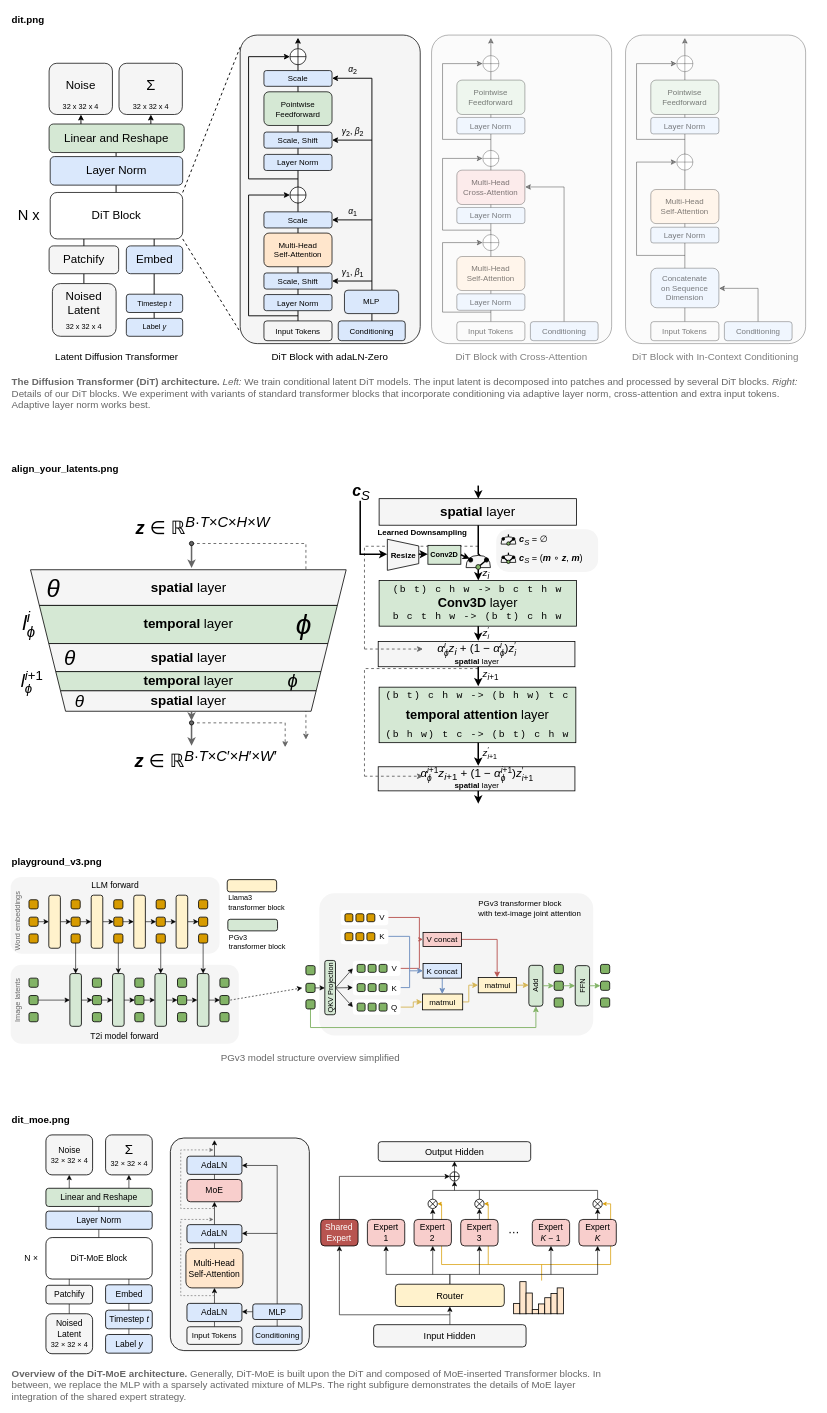
brunomaga/brunomaga.github.io keeps this draw.io diagram as assets/diffusion/diffusion.drawio. Above is the earlier version. Source tidied: cells renumbered, new cells numbered last; positions are measured from the earlier drawing's top-left corner, leaving out a move shared by most shapes. Both pictures are drawn from the tidied source at 61%, with x=0, y=0 at pixel (10, 10).
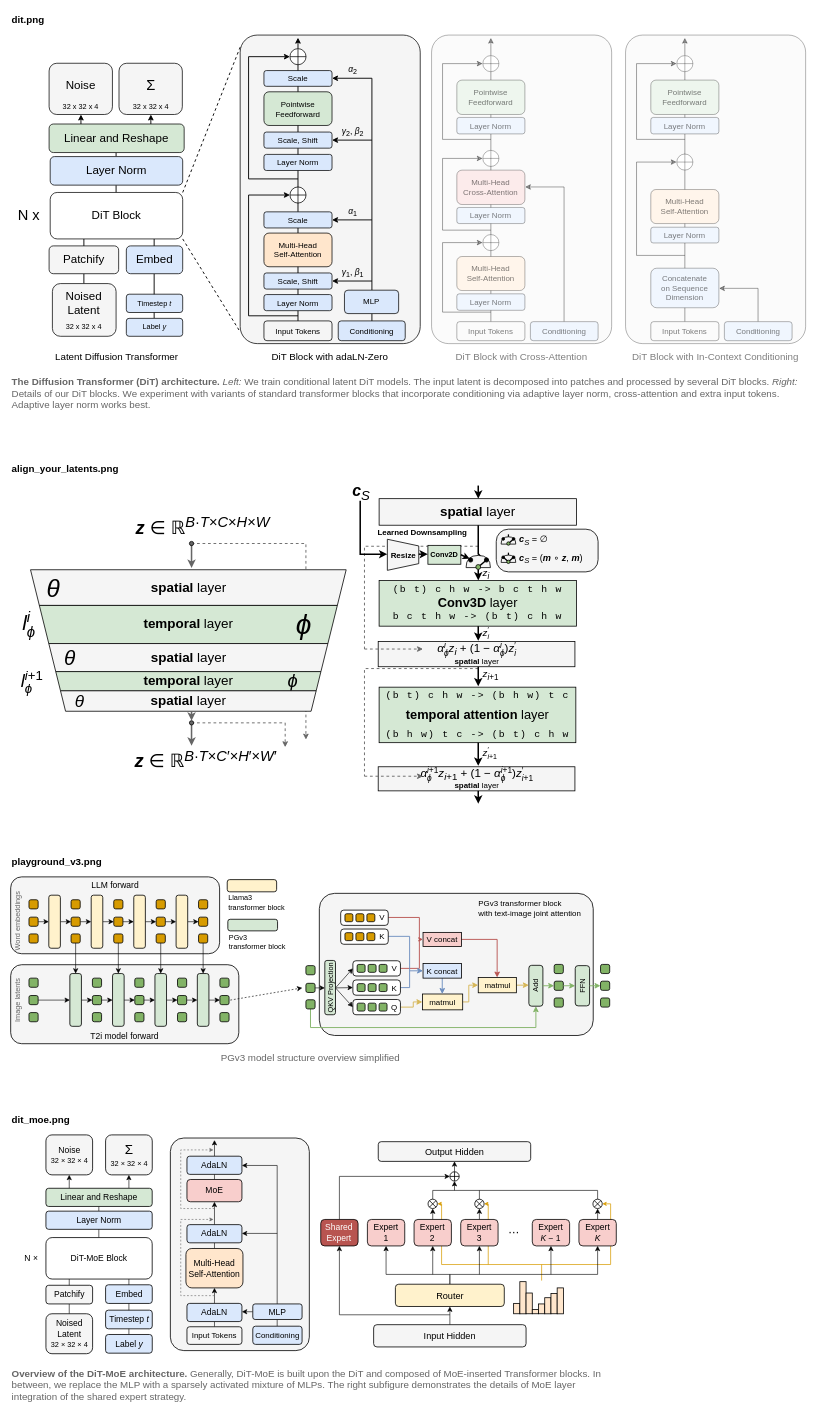
After the change.

The change refers to these unchanged cells:
```xml
<mxCell id="117" style="group;" parent="1" vertex="1">
  <mxGeometry y="775" width="963" height="525" as="geometry" />
</mxCell>
<mxCell id="204" style="group;" parent="1" vertex="1">
  <mxGeometry y="1420" width="983" height="303" as="geometry" />
</mxCell>
```

Diff of the diagram source:
```diff
@@
-    <mxCell id="187" style="rounded=1;whiteSpace=wrap;html=1;fillColor=#f5f5f5;strokeColor=none;fontSize=14;absoluteArcSize=1;arcSize=40;" parent="117" vertex="1">
+    <mxCell id="187" style="rounded=1;whiteSpace=wrap;html=1;fillColor=#f5f5f5;fontSize=14;absoluteArcSize=1;arcSize=40;strokeColor=#000000;strokeWidth=1.29;" parent="117" vertex="1">
       <mxGeometry x="796" y="75" width="167" height="70" as="geometry" />
     </mxCell>
@@
-    <mxCell id="205" style="rounded=1;whiteSpace=wrap;html=1;fillColor=#f5f5f5;strokeColor=none;fontSize=14;absoluteArcSize=1;arcSize=36;" parent="204" vertex="1">
+    <mxCell id="205" style="rounded=1;whiteSpace=wrap;html=1;fillColor=#f5f5f5;fontSize=14;absoluteArcSize=1;arcSize=36;strokeColor=#000000;strokeWidth=1.32;" parent="204" vertex="1">
       <mxGeometry width="342.5" height="126" as="geometry" />
     </mxCell>
@@
-    <mxCell id="235" style="rounded=1;whiteSpace=wrap;html=1;fillColor=#f5f5f5;strokeColor=none;fontSize=14;absoluteArcSize=1;arcSize=36;" parent="204" vertex="1">
+    <mxCell id="235" style="rounded=1;whiteSpace=wrap;html=1;fillColor=#f5f5f5;fontSize=14;absoluteArcSize=1;arcSize=36;strokeColor=#000000;strokeWidth=1.32;" parent="204" vertex="1">
       <mxGeometry y="144" width="374" height="129.5" as="geometry" />
     </mxCell>
@@
-    <mxCell id="274" style="rounded=1;whiteSpace=wrap;html=1;fillColor=#f5f5f5;strokeColor=none;fontSize=14;absoluteArcSize=1;arcSize=50;" parent="204" vertex="1">
+    <mxCell id="274" style="rounded=1;whiteSpace=wrap;html=1;fillColor=#f5f5f5;fontSize=14;absoluteArcSize=1;arcSize=50;strokeColor=#000000;strokeWidth=1.32;" parent="204" vertex="1">
       <mxGeometry x="506" y="27" width="449" height="233" as="geometry" />
     </mxCell>
@@
-    <mxCell id="294" style="rounded=1;whiteSpace=wrap;html=1;fillColor=#ffffff;strokeColor=#000000;fontSize=14;strokeColor=none;arcSize=20;" parent="204" vertex="1">
+    <mxCell id="294" style="rounded=1;whiteSpace=wrap;html=1;fillColor=#ffffff;fontSize=14;arcSize=20;strokeColor=#000000;strokeWidth=1.32;" parent="204" vertex="1">
       <mxGeometry x="541" y="54.5" width="78" height="25" as="geometry" />
     </mxCell>
@@
-    <mxCell id="299" style="rounded=1;whiteSpace=wrap;html=1;fillColor=#ffffff;strokeColor=#000000;fontSize=14;strokeColor=none;arcSize=20;" parent="204" vertex="1">
+    <mxCell id="299" style="rounded=1;whiteSpace=wrap;html=1;fillColor=#ffffff;fontSize=14;arcSize=20;strokeColor=#000000;strokeWidth=1.32;" parent="204" vertex="1">
       <mxGeometry x="541" y="85.5" width="78" height="25" as="geometry" />
     </mxCell>
@@
-    <mxCell id="304" style="rounded=1;whiteSpace=wrap;html=1;fillColor=#ffffff;strokeColor=#000000;fontSize=14;strokeColor=none;arcSize=20;" parent="204" vertex="1">
+    <mxCell id="304" style="rounded=1;whiteSpace=wrap;html=1;fillColor=#ffffff;fontSize=14;arcSize=20;strokeColor=#000000;strokeWidth=1.32;" parent="204" vertex="1">
       <mxGeometry x="561" y="137.5" width="78" height="25" as="geometry" />
     </mxCell>
@@
-    <mxCell id="309" style="rounded=1;whiteSpace=wrap;html=1;fillColor=#ffffff;strokeColor=#000000;fontSize=14;strokeColor=none;arcSize=20;" parent="204" vertex="1">
+    <mxCell id="309" style="rounded=1;whiteSpace=wrap;html=1;fillColor=#ffffff;fontSize=14;arcSize=20;strokeColor=#000000;strokeWidth=1.32;" parent="204" vertex="1">
       <mxGeometry x="561" y="169" width="78" height="25" as="geometry" />
     </mxCell>
@@
-    <mxCell id="314" style="rounded=1;whiteSpace=wrap;html=1;fillColor=#ffffff;strokeColor=#000000;fontSize=14;strokeColor=none;arcSize=20;" parent="204" vertex="1">
+    <mxCell id="314" style="rounded=1;whiteSpace=wrap;html=1;fillColor=#ffffff;fontSize=14;arcSize=20;strokeColor=#000000;strokeWidth=1.32;" parent="204" vertex="1">
       <mxGeometry x="561" y="201" width="78" height="25" as="geometry" />
     </mxCell>
```
